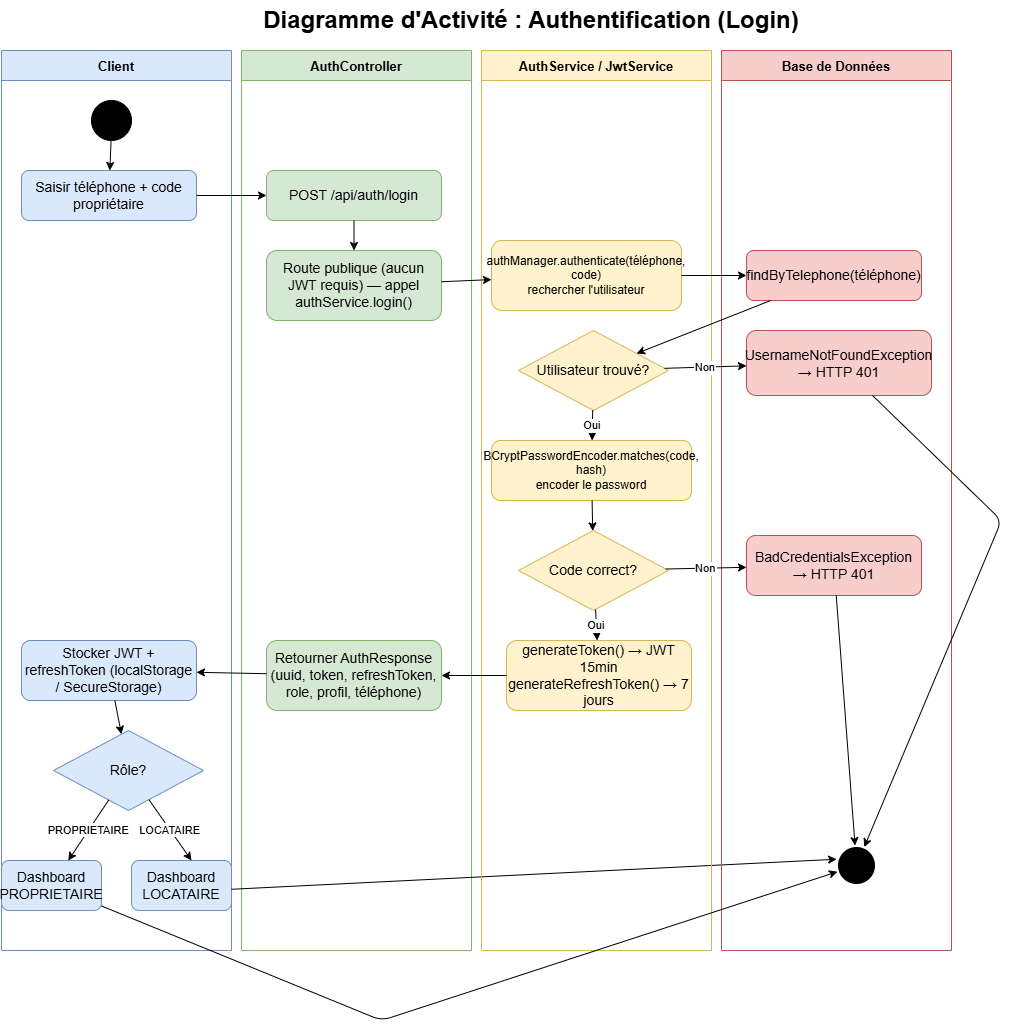
Earlier version of the draw.io export DIAGRAMME/activité/activite_authentification.drawio.png (xavierGIT04/Soutenance). Source tidied: cells renumbered, new cells last; positions are measured from the earlier drawing's top-left corner, leaving out a move shared by most shapes. The source it was exported from:
```xml
<mxGraphModel>
  <root>
    <mxCell id="0" />
    <mxCell id="1" parent="0" />
    <mxCell id="2" value="&lt;font style=&quot;font-size: 24px;&quot;&gt;Diagramme d'Activité : Authentification (Login)&lt;/font&gt;" style="text;html=1;strokeColor=none;fillColor=none;align=center;verticalAlign=middle;whiteSpace=wrap;fontSize=16;fontStyle=1;" parent="1" vertex="1">
      <mxGeometry x="180" width="700" height="40" as="geometry" />
    </mxCell>
    <mxCell id="3" value="Client" style="swimlane;startSize=30;fillColor=#dae8fc;strokeColor=#6c8ebf;fontSize=13;fontStyle=1;" parent="1" vertex="1">
      <mxGeometry y="50" width="230" height="900" as="geometry" />
    </mxCell>
    <mxCell id="4" value="&lt;font style=&quot;font-size: 14px;&quot;&gt;Dashboard PROPRIETAIRE&lt;/font&gt;" style="rounded=1;whiteSpace=wrap;html=1;fillColor=#dae8fc;strokeColor=#6c8ebf;" parent="3" vertex="1">
      <mxGeometry y="810" width="100" height="50" as="geometry" />
    </mxCell>
    <mxCell id="5" value="&lt;font style=&quot;font-size: 14px;&quot;&gt;Dashboard LOCATAIRE&lt;/font&gt;" style="rounded=1;whiteSpace=wrap;html=1;fillColor=#dae8fc;strokeColor=#6c8ebf;" parent="3" vertex="1">
      <mxGeometry x="130" y="810" width="100" height="50" as="geometry" />
    </mxCell>
    <mxCell id="6" value="AuthController" style="swimlane;startSize=30;fillColor=#d5e8d4;strokeColor=#82b366;fontSize=13;fontStyle=1;" parent="1" vertex="1">
      <mxGeometry x="240" y="50" width="230" height="900" as="geometry" />
    </mxCell>
    <mxCell id="7" parent="6" edge="1">
      <mxGeometry relative="1" as="geometry">
        <mxPoint x="-10" y="838.8" as="sourcePoint" />
        <mxPoint x="595.2" y="808.7" as="targetPoint" />
      </mxGeometry>
    </mxCell>
    <mxCell id="8" value="AuthService / JwtService" style="swimlane;startSize=30;fillColor=#fff2cc;strokeColor=#d6b656;fontSize=13;fontStyle=1;" parent="1" vertex="1">
      <mxGeometry x="480" y="50" width="230" height="900" as="geometry" />
    </mxCell>
    <mxCell id="9" value="Base de Données" style="swimlane;startSize=30;fillColor=#f8cecc;strokeColor=#b85450;fontSize=13;fontStyle=1;" parent="1" vertex="1">
      <mxGeometry x="720" y="50" width="230" height="900" as="geometry" />
    </mxCell>
    <mxCell id="10" style="ellipse;whiteSpace=wrap;html=1;fillColor=#000000;" parent="1" vertex="1">
      <mxGeometry x="90" y="100" width="40" height="40" as="geometry" />
    </mxCell>
    <mxCell id="11" value="&lt;font style=&quot;font-size: 14px;&quot;&gt;Saisir téléphone + code propriétaire&lt;/font&gt;" style="rounded=1;whiteSpace=wrap;html=1;fillColor=#dae8fc;strokeColor=#6c8ebf;" parent="1" vertex="1">
      <mxGeometry x="20" y="170" width="175" height="50" as="geometry" />
    </mxCell>
    <mxCell id="12" value="&lt;font style=&quot;font-size: 14px;&quot;&gt;POST /api/auth/login&lt;/font&gt;" style="rounded=1;whiteSpace=wrap;html=1;fillColor=#d5e8d4;strokeColor=#82b366;" parent="1" vertex="1">
      <mxGeometry x="265" y="170" width="175" height="50" as="geometry" />
    </mxCell>
    <mxCell id="13" value="&lt;font style=&quot;font-size: 14px;&quot;&gt;Route publique (aucun JWT requis) — appel authService.login()&lt;/font&gt;" style="rounded=1;whiteSpace=wrap;html=1;fillColor=#d5e8d4;strokeColor=#82b366;" parent="1" vertex="1">
      <mxGeometry x="265" y="250" width="175" height="70" as="geometry" />
    </mxCell>
    <mxCell id="14" value="authManager.authenticate(téléphone, code)&lt;div&gt;rechercher l'utilisateur&lt;/div&gt;" style="rounded=1;whiteSpace=wrap;html=1;fillColor=#fff2cc;strokeColor=#d6b656;" parent="1" vertex="1">
      <mxGeometry x="490" y="240" width="190" height="70" as="geometry" />
    </mxCell>
    <mxCell id="15" value="&lt;font style=&quot;font-size: 14px;&quot;&gt;findByTelephone(téléphone)&lt;/font&gt;" style="rounded=1;whiteSpace=wrap;html=1;fillColor=#f8cecc;strokeColor=#b85450;" parent="1" vertex="1">
      <mxGeometry x="745" y="250" width="175" height="50" as="geometry" />
    </mxCell>
    <mxCell id="16" value="&lt;font style=&quot;font-size: 14px;&quot;&gt;Utilisateur trouvé?&lt;/font&gt;" style="rhombus;whiteSpace=wrap;html=1;fillColor=#fff2cc;strokeColor=#d6b656;" parent="1" vertex="1">
      <mxGeometry x="517" y="330" width="150" height="80" as="geometry" />
    </mxCell>
    <mxCell id="17" value="&lt;font style=&quot;font-size: 14px;&quot;&gt;UsernameNotFoundException → HTTP 401&lt;/font&gt;" style="rounded=1;whiteSpace=wrap;html=1;fillColor=#f8cecc;strokeColor=#b85450;" parent="1" vertex="1">
      <mxGeometry x="745" y="330" width="185" height="65" as="geometry" />
    </mxCell>
    <mxCell id="18" value="BCryptPasswordEncoder.matches(code, hash)&lt;div&gt;encoder le password&lt;/div&gt;" style="rounded=1;whiteSpace=wrap;html=1;fillColor=#fff2cc;strokeColor=#d6b656;" parent="1" vertex="1">
      <mxGeometry x="490" y="440" width="200" height="60" as="geometry" />
    </mxCell>
    <mxCell id="19" value="&lt;font style=&quot;font-size: 14px;&quot;&gt;Code correct?&lt;/font&gt;" style="rhombus;whiteSpace=wrap;html=1;fillColor=#fff2cc;strokeColor=#d6b656;" parent="1" vertex="1">
      <mxGeometry x="517" y="530" width="150" height="80" as="geometry" />
    </mxCell>
    <mxCell id="20" value="&lt;font style=&quot;font-size: 14px;&quot;&gt;BadCredentialsException → HTTP 401&lt;/font&gt;" style="rounded=1;whiteSpace=wrap;html=1;fillColor=#f8cecc;strokeColor=#b85450;" parent="1" vertex="1">
      <mxGeometry x="745" y="535" width="175" height="60" as="geometry" />
    </mxCell>
    <mxCell id="21" value="&lt;font style=&quot;font-size: 14px;&quot;&gt;generateToken() → JWT 15min&lt;br&gt;generateRefreshToken() → 7 jours&lt;/font&gt;" style="rounded=1;whiteSpace=wrap;html=1;fillColor=#fff2cc;strokeColor=#d6b656;" parent="1" vertex="1">
      <mxGeometry x="505" y="640" width="185" height="70" as="geometry" />
    </mxCell>
    <mxCell id="22" value="&lt;font style=&quot;font-size: 14px;&quot;&gt;Retourner AuthResponse&lt;br&gt;(uuid, token, refreshToken, role, profil, téléphone)&lt;/font&gt;" style="rounded=1;whiteSpace=wrap;html=1;fillColor=#d5e8d4;strokeColor=#82b366;" parent="1" vertex="1">
      <mxGeometry x="265" y="640" width="175" height="70" as="geometry" />
    </mxCell>
    <mxCell id="23" value="&lt;font style=&quot;font-size: 14px;&quot;&gt;Stocker JWT + refreshToken (localStorage / SecureStorage)&lt;/font&gt;" style="rounded=1;whiteSpace=wrap;html=1;fillColor=#dae8fc;strokeColor=#6c8ebf;" parent="1" vertex="1">
      <mxGeometry x="20" y="640" width="175" height="60" as="geometry" />
    </mxCell>
    <mxCell id="24" value="&lt;font style=&quot;font-size: 14px;&quot;&gt;Rôle?&lt;/font&gt;" style="rhombus;whiteSpace=wrap;html=1;fillColor=#dae8fc;strokeColor=#6c8ebf;" parent="1" vertex="1">
      <mxGeometry x="52" y="730" width="150" height="80" as="geometry" />
    </mxCell>
    <mxCell id="25" style="ellipse;whiteSpace=wrap;html=1;fillColor=#000000;strokeColor=#ffffff;strokeWidth=3;" parent="1" vertex="1">
      <mxGeometry x="835" y="845" width="40" height="40" as="geometry" />
    </mxCell>
    <mxCell id="26" parent="1" edge="1" source="10" target="11">
      <mxGeometry relative="1" as="geometry" />
    </mxCell>
    <mxCell id="27" parent="1" edge="1" source="11" target="12">
      <mxGeometry relative="1" as="geometry" />
    </mxCell>
    <mxCell id="28" parent="1" edge="1" source="12" target="13">
      <mxGeometry relative="1" as="geometry" />
    </mxCell>
    <mxCell id="29" parent="1" edge="1" source="13" target="14">
      <mxGeometry relative="1" as="geometry" />
    </mxCell>
    <mxCell id="30" parent="1" edge="1" source="14" target="15">
      <mxGeometry relative="1" as="geometry" />
    </mxCell>
    <mxCell id="31" parent="1" edge="1" source="15" target="16">
      <mxGeometry relative="1" as="geometry" />
    </mxCell>
    <mxCell id="32" value="Non" parent="1" edge="1" source="16" target="17">
      <mxGeometry relative="1" as="geometry" />
    </mxCell>
    <mxCell id="33" value="Oui" parent="1" edge="1" source="16" target="18">
      <mxGeometry relative="1" as="geometry" />
    </mxCell>
    <mxCell id="34" parent="1" edge="1" source="18" target="19">
      <mxGeometry relative="1" as="geometry" />
    </mxCell>
    <mxCell id="35" value="Non" parent="1" edge="1" source="19" target="20">
      <mxGeometry relative="1" as="geometry" />
    </mxCell>
    <mxCell id="36" value="Oui" parent="1" edge="1" source="19" target="21">
      <mxGeometry relative="1" as="geometry" />
    </mxCell>
    <mxCell id="37" parent="1" edge="1" source="21" target="22">
      <mxGeometry relative="1" as="geometry" />
    </mxCell>
    <mxCell id="38" parent="1" edge="1" source="22" target="23">
      <mxGeometry relative="1" as="geometry" />
    </mxCell>
    <mxCell id="39" parent="1" edge="1" source="23" target="24">
      <mxGeometry relative="1" as="geometry" />
    </mxCell>
    <mxCell id="40" value="PROPRIETAIRE" parent="1" edge="1" source="24" target="4">
      <mxGeometry relative="1" as="geometry" />
    </mxCell>
    <mxCell id="41" value="LOCATAIRE" style="entryX=0.6;entryY=0;entryDx=0;entryDy=0;entryPerimeter=0;" parent="1" edge="1" source="24" target="5">
      <mxGeometry relative="1" as="geometry" />
    </mxCell>
    <mxCell id="42" parent="1" edge="1" source="17" target="25">
      <mxGeometry relative="1" as="geometry">
        <Array as="points">
          <mxPoint x="1000" y="520" />
        </Array>
      </mxGeometry>
    </mxCell>
    <mxCell id="43" parent="1" edge="1" source="20" target="25">
      <mxGeometry relative="1" as="geometry" />
    </mxCell>
    <mxCell id="44" parent="1" edge="1" source="4" target="25">
      <mxGeometry relative="1" as="geometry">
        <Array as="points">
          <mxPoint x="380" y="1020" />
        </Array>
      </mxGeometry>
    </mxCell>
  </root>
</mxGraphModel>
```
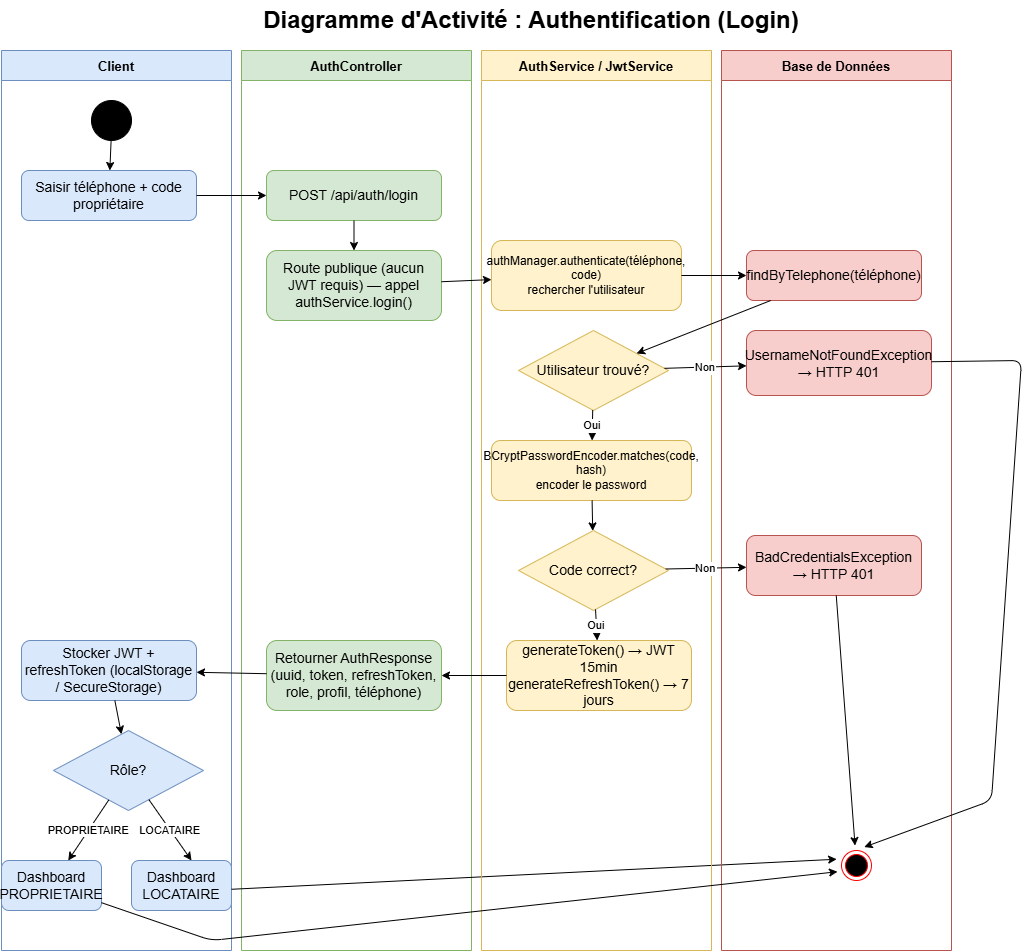
After the change.

Change to the diagram source:
```diff
@@ -29,6 +29,9 @@
     <mxCell id="9" value="Base de Données" style="swimlane;startSize=30;fillColor=#f8cecc;strokeColor=#b85450;fontSize=13;fontStyle=1;" parent="1" vertex="1">
       <mxGeometry x="720" y="50" width="230" height="900" as="geometry" />
     </mxCell>
+    <mxCell id="45" style="ellipse;html=1;shape=endState;fillColor=#000000;strokeColor=#ff0000;" parent="9" vertex="1">
+      <mxGeometry x="120" y="800" width="30" height="30" as="geometry" />
+    </mxCell>
     <mxCell id="10" style="ellipse;whiteSpace=wrap;html=1;fillColor=#000000;" parent="1" vertex="1">
       <mxGeometry x="90" y="100" width="40" height="40" as="geometry" />
     </mxCell>
@@ -74,9 +77,6 @@
     <mxCell id="24" value="&lt;font style=&quot;font-size: 14px;&quot;&gt;Rôle?&lt;/font&gt;" style="rhombus;whiteSpace=wrap;html=1;fillColor=#dae8fc;strokeColor=#6c8ebf;" parent="1" vertex="1">
       <mxGeometry x="52" y="730" width="150" height="80" as="geometry" />
     </mxCell>
-    <mxCell id="25" style="ellipse;whiteSpace=wrap;html=1;fillColor=#000000;strokeColor=#ffffff;strokeWidth=3;" parent="1" vertex="1">
-      <mxGeometry x="835" y="845" width="40" height="40" as="geometry" />
-    </mxCell>
     <mxCell id="26" parent="1" edge="1" source="10" target="11">
       <mxGeometry relative="1" as="geometry" />
     </mxCell>
@@ -125,20 +125,25 @@
     <mxCell id="41" value="LOCATAIRE" style="entryX=0.6;entryY=0;entryDx=0;entryDy=0;entryPerimeter=0;" parent="1" edge="1" source="24" target="5">
       <mxGeometry relative="1" as="geometry" />
     </mxCell>
-    <mxCell id="42" parent="1" edge="1" source="17" target="25">
+    <mxCell id="42" parent="1" edge="1" source="17">
       <mxGeometry relative="1" as="geometry">
+        <mxPoint x="862.7" y="846.6" as="targetPoint" />
         <Array as="points">
-          <mxPoint x="1000" y="520" />
+          <mxPoint x="1020" y="360" />
+          <mxPoint x="990" y="800" />
         </Array>
       </mxGeometry>
     </mxCell>
-    <mxCell id="43" parent="1" edge="1" source="20" target="25">
-      <mxGeometry relative="1" as="geometry" />
+    <mxCell id="43" parent="1" edge="1" source="20">
+      <mxGeometry relative="1" as="geometry">
+        <mxPoint x="853.5" y="845.1" as="targetPoint" />
+      </mxGeometry>
     </mxCell>
-    <mxCell id="44" parent="1" edge="1" source="4" target="25">
+    <mxCell id="44" parent="1" edge="1" source="4">
       <mxGeometry relative="1" as="geometry">
+        <mxPoint x="836" y="871.2" as="targetPoint" />
         <Array as="points">
-          <mxPoint x="380" y="1020" />
+          <mxPoint x="210" y="940" />
         </Array>
       </mxGeometry>
     </mxCell>
```
